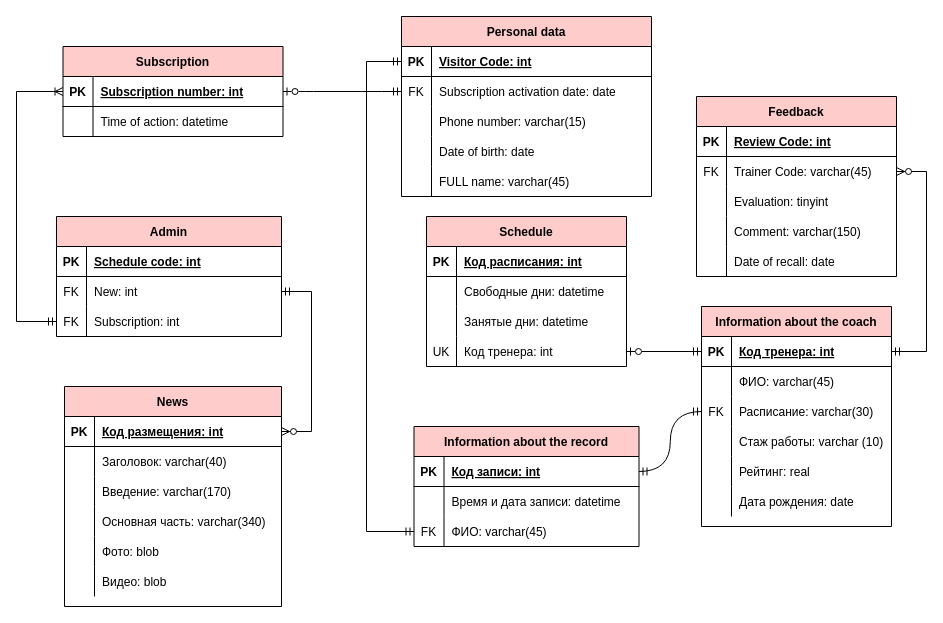
This is page "Page-2" (2 of 2) of Diagrams/ER3.drawio from yuliapyrikova/-, a draw.io file, before an edit. Source tidied: cells renumbered, new cells numbered last; positions are measured from the earlier drawing's top-left corner, leaving out a move shared by most shapes. Both pictures are drawn from the tidied source at 100%, with x=0, y=0 at pixel (16, 16).
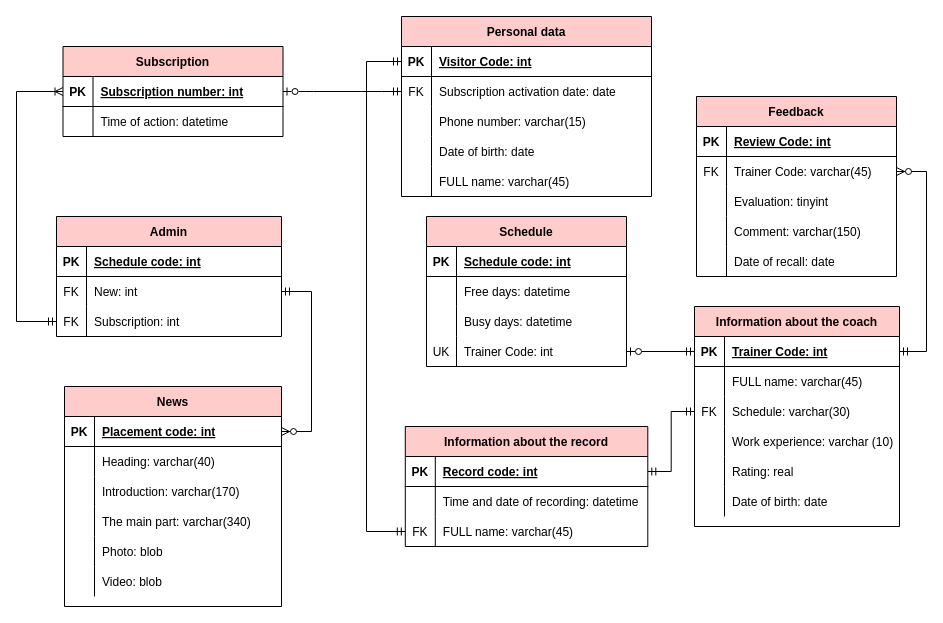
After the change.

Unchanged cells that the change refers to:
```xml
<mxCell id="19" style="shape=partialRectangle;fillColor=none;top=0;left=0;right=0;bottom=1;strokeColor=#000000;fontColor=#000000;" parent="18" vertex="1">
  <mxGeometry y="30" width="200" height="30" as="geometry" />
</mxCell>
<mxCell id="22" style="shape=partialRectangle;fillColor=none;top=0;left=0;right=0;bottom=0;strokeColor=#000000;fontColor=#000000;" parent="18" vertex="1">
  <mxGeometry y="60" width="200" height="30" as="geometry" />
</mxCell>
<mxCell id="25" style="shape=partialRectangle;fillColor=none;top=0;left=0;right=0;bottom=0;strokeColor=#000000;fontColor=#000000;" parent="18" vertex="1">
  <mxGeometry y="90" width="200" height="30" as="geometry" />
</mxCell>
<mxCell id="28" style="shape=partialRectangle;fillColor=none;top=0;left=0;bottom=0;right=0;points=[[0,0.5],[1,0.5]];portConstraint=eastwest;strokeColor=#000000;fontColor=#000000;" parent="18" vertex="1">
  <mxGeometry y="120" width="200" height="30" as="geometry" />
</mxCell>
<mxCell id="76" style="shape=partialRectangle;fillColor=none;top=0;left=0;bottom=1;right=0;points=[[0,0.5],[1,0.5]];portConstraint=eastwest;strokeColor=#000000;fontColor=#000000;" parent="75" vertex="1">
  <mxGeometry y="30" width="217" height="30" as="geometry" />
</mxCell>
<mxCell id="79" style="shape=partialRectangle;fillColor=none;top=0;left=0;bottom=0;right=0;strokeColor=#000000;fontColor=#000000;" parent="75" vertex="1">
  <mxGeometry y="60" width="217" height="30" as="geometry" />
</mxCell>
<mxCell id="82" style="shape=partialRectangle;fillColor=none;top=0;left=0;bottom=0;right=0;strokeColor=#000000;fontColor=#000000;" parent="75" vertex="1">
  <mxGeometry y="90" width="217" height="30" as="geometry" />
</mxCell>
<mxCell id="85" style="shape=partialRectangle;fillColor=none;top=0;left=0;bottom=0;right=0;" parent="75" vertex="1">
  <mxGeometry y="120" width="217" height="30" as="geometry" />
</mxCell>
<mxCell id="88" style="shape=partialRectangle;fillColor=none;top=0;left=0;bottom=0;right=0;strokeColor=#000000;fontColor=#000000;" parent="75" vertex="1">
  <mxGeometry y="150" width="217" height="30" as="geometry" />
</mxCell>
<mxCell id="91" style="shape=partialRectangle;fillColor=none;top=0;left=0;bottom=0;right=0;" parent="75" vertex="1">
  <mxGeometry y="180" width="217" height="30" as="geometry" />
</mxCell>
```

What changed in the source:
```diff
@@
-    <mxCell id="21" value="Код расписания: int" style="shape=partialRectangle;overflow=hidden;fillColor=none;top=0;left=0;bottom=0;right=0;align=left;spacingLeft=6;fontStyle=5;strokeColor=#000000;fontColor=#000000;" parent="19" vertex="1">
+    <mxCell id="21" value="Schedule code: int" style="shape=partialRectangle;overflow=hidden;fillColor=none;top=0;left=0;bottom=0;right=0;align=left;spacingLeft=6;fontStyle=5;strokeColor=#000000;fontColor=#000000;" parent="19" vertex="1">
       <mxGeometry x="30" width="170" height="30" as="geometry" />
     </mxCell>
@@
-    <mxCell id="24" value="Свободные дни: datetime" style="shape=partialRectangle;overflow=hidden;fillColor=none;top=0;left=0;bottom=0;right=0;align=left;spacingLeft=6;strokeColor=#000000;fontColor=#000000;" parent="22" vertex="1">
+    <mxCell id="24" value="Free days: datetime" style="shape=partialRectangle;overflow=hidden;fillColor=none;top=0;left=0;bottom=0;right=0;align=left;spacingLeft=6;strokeColor=#000000;fontColor=#000000;" parent="22" vertex="1">
       <mxGeometry x="30" width="170" height="30" as="geometry" />
     </mxCell>
@@
-    <mxCell id="27" value="Занятые дни: datetime" style="shape=partialRectangle;overflow=hidden;fillColor=none;top=0;left=0;bottom=0;right=0;align=left;spacingLeft=6;strokeColor=#000000;fontColor=#000000;" parent="25" vertex="1">
+    <mxCell id="27" value="Busy days: datetime" style="shape=partialRectangle;overflow=hidden;fillColor=none;top=0;left=0;bottom=0;right=0;align=left;spacingLeft=6;strokeColor=#000000;fontColor=#000000;" parent="25" vertex="1">
       <mxGeometry x="30" width="170" height="30" as="geometry" />
     </mxCell>
@@
-    <mxCell id="30" value="Код тренера: int" style="shape=partialRectangle;fillColor=none;top=0;left=0;bottom=0;right=0;align=left;spacingLeft=6;overflow=hidden;strokeColor=#000000;fontColor=#000000;" parent="28" vertex="1">
+    <mxCell id="30" value="Trainer Code: int" style="shape=partialRectangle;fillColor=none;top=0;left=0;bottom=0;right=0;align=left;spacingLeft=6;overflow=hidden;strokeColor=#000000;fontColor=#000000;" parent="28" vertex="1">
       <mxGeometry x="30" width="170" height="30" as="geometry" />
     </mxCell>
@@
     <mxCell id="39" value="Information about the coach" style="shape=table;startSize=30;childLayout=tableLayout;rowLines=0;fontStyle=1;align=center;fillColor=#FFCCCC;strokeColor=#000000;fontColor=#000000;" parent="1" vertex="1">
-      <mxGeometry x="685" y="290" width="190" height="220" as="geometry" />
+      <mxGeometry x="678" y="290" width="205" height="220" as="geometry" />
     </mxCell>
     <mxCell id="40" style="shape=partialRectangle;fillColor=none;top=0;left=0;bottom=1;right=0;points=[[0,0.5],[1,0.5]];portConstraint=eastwest;strokeColor=#000000;fontColor=#000000;" parent="39" vertex="1">
-      <mxGeometry y="30" width="190" height="30" as="geometry" />
+      <mxGeometry y="30" width="205" height="30" as="geometry" />
     </mxCell>
@@
-    <mxCell id="42" value="Код тренера: int" style="shape=partialRectangle;fillColor=none;top=0;left=0;bottom=0;right=0;align=left;spacingLeft=6;fontStyle=5;overflow=hidden;strokeColor=#000000;fontColor=#000000;" parent="40" vertex="1">
-      <mxGeometry x="30" width="160" height="30" as="geometry" />
+    <mxCell id="42" value="Trainer Code: int" style="shape=partialRectangle;fillColor=none;top=0;left=0;bottom=0;right=0;align=left;spacingLeft=6;fontStyle=5;overflow=hidden;strokeColor=#000000;fontColor=#000000;" parent="40" vertex="1">
+      <mxGeometry x="30" width="175" height="30" as="geometry" />
     </mxCell>
     <mxCell id="43" style="shape=partialRectangle;fillColor=none;top=0;left=0;bottom=0;right=0;strokeColor=#000000;fontColor=#000000;" parent="39" vertex="1">
-      <mxGeometry y="60" width="190" height="30" as="geometry" />
+      <mxGeometry y="60" width="205" height="30" as="geometry" />
     </mxCell>
@@
-    <mxCell id="45" value="ФИО: varchar(45)" style="shape=partialRectangle;fillColor=none;top=0;left=0;bottom=0;right=0;align=left;spacingLeft=6;overflow=hidden;strokeColor=#000000;fontColor=#000000;" parent="43" vertex="1">
-      <mxGeometry x="30" width="160" height="30" as="geometry" />
+    <mxCell id="45" value="FULL name: varchar(45)" style="shape=partialRectangle;fillColor=none;top=0;left=0;bottom=0;right=0;align=left;spacingLeft=6;overflow=hidden;strokeColor=#000000;fontColor=#000000;" parent="43" vertex="1">
+      <mxGeometry x="30" width="175" height="30" as="geometry" />
     </mxCell>
     <mxCell id="46" style="shape=partialRectangle;fillColor=none;top=0;left=0;bottom=0;right=0;points=[[0,0.5],[1,0.5]];portConstraint=eastwest;strokeColor=#000000;fontColor=#000000;" parent="39" vertex="1">
-      <mxGeometry y="90" width="190" height="30" as="geometry" />
+      <mxGeometry y="90" width="205" height="30" as="geometry" />
     </mxCell>
@@
-    <mxCell id="48" value="Расписание: varchar(30)" style="shape=partialRectangle;fillColor=none;top=0;left=0;bottom=0;right=0;align=left;spacingLeft=6;overflow=hidden;strokeColor=#000000;fontColor=#000000;" parent="46" vertex="1">
-      <mxGeometry x="30" width="160" height="30" as="geometry" />
+    <mxCell id="48" value="Schedule: varchar(30)" style="shape=partialRectangle;fillColor=none;top=0;left=0;bottom=0;right=0;align=left;spacingLeft=6;overflow=hidden;strokeColor=#000000;fontColor=#000000;" parent="46" vertex="1">
+      <mxGeometry x="30" width="175" height="30" as="geometry" />
     </mxCell>
     <mxCell id="49" style="shape=partialRectangle;fillColor=none;top=0;left=0;bottom=0;right=0;strokeColor=#000000;fontColor=#000000;" parent="39" vertex="1">
-      <mxGeometry y="120" width="190" height="30" as="geometry" />
+      <mxGeometry y="120" width="205" height="30" as="geometry" />
     </mxCell>
@@
-    <mxCell id="51" value="Стаж работы: varchar (10)" style="shape=partialRectangle;fillColor=none;top=0;left=0;bottom=0;right=0;align=left;spacingLeft=6;overflow=hidden;strokeColor=#000000;fontColor=#000000;" parent="49" vertex="1">
-      <mxGeometry x="30" width="160" height="30" as="geometry" />
+    <mxCell id="51" value="Work experience: varchar (10)" style="shape=partialRectangle;fillColor=none;top=0;left=0;bottom=0;right=0;align=left;spacingLeft=6;overflow=hidden;strokeColor=#000000;fontColor=#000000;" parent="49" vertex="1">
+      <mxGeometry x="30" width="175" height="30" as="geometry" />
     </mxCell>
     <mxCell id="52" style="shape=partialRectangle;fillColor=none;top=0;left=0;bottom=0;right=0;strokeColor=#000000;fontColor=#000000;" parent="39" vertex="1">
-      <mxGeometry y="150" width="190" height="30" as="geometry" />
+      <mxGeometry y="150" width="205" height="30" as="geometry" />
     </mxCell>
@@
-    <mxCell id="54" value="Рейтинг: real" style="shape=partialRectangle;fillColor=none;top=0;left=0;bottom=0;right=0;align=left;spacingLeft=6;overflow=hidden;strokeColor=#000000;fontColor=#000000;" parent="52" vertex="1">
-      <mxGeometry x="30" width="160" height="30" as="geometry" />
+    <mxCell id="54" value="Rating: real" style="shape=partialRectangle;fillColor=none;top=0;left=0;bottom=0;right=0;align=left;spacingLeft=6;overflow=hidden;strokeColor=#000000;fontColor=#000000;" parent="52" vertex="1">
+      <mxGeometry x="30" width="175" height="30" as="geometry" />
     </mxCell>
     <mxCell id="55" style="shape=partialRectangle;fillColor=none;top=0;left=0;bottom=0;right=0;strokeColor=#000000;fontColor=#000000;" parent="39" vertex="1">
-      <mxGeometry y="180" width="190" height="30" as="geometry" />
+      <mxGeometry y="180" width="205" height="30" as="geometry" />
     </mxCell>
@@
-    <mxCell id="57" value="Дата рождения: date" style="shape=partialRectangle;fillColor=none;top=0;left=0;bottom=0;right=0;align=left;spacingLeft=6;overflow=hidden;strokeColor=#000000;fontColor=#000000;" parent="55" vertex="1">
-      <mxGeometry x="30" width="160" height="30" as="geometry" />
+    <mxCell id="57" value="Date of birth: date" style="shape=partialRectangle;fillColor=none;top=0;left=0;bottom=0;right=0;align=left;spacingLeft=6;overflow=hidden;strokeColor=#000000;fontColor=#000000;" parent="55" vertex="1">
+      <mxGeometry x="30" width="175" height="30" as="geometry" />
     </mxCell>
@@
-    <mxCell id="78" value="Код размещения: int" style="shape=partialRectangle;fillColor=none;top=0;left=0;bottom=0;right=0;align=left;spacingLeft=6;fontStyle=5;overflow=hidden;strokeColor=#000000;fontColor=#000000;" parent="76" vertex="1">
+    <mxCell id="78" value="Placement code: int" style="shape=partialRectangle;fillColor=none;top=0;left=0;bottom=0;right=0;align=left;spacingLeft=6;fontStyle=5;overflow=hidden;strokeColor=#000000;fontColor=#000000;" parent="76" vertex="1">
       <mxGeometry x="30" width="187" height="30" as="geometry" />
     </mxCell>
@@
-    <mxCell id="81" value="Заголовок: varchar(40)" style="shape=partialRectangle;fillColor=none;top=0;left=0;bottom=0;right=0;align=left;spacingLeft=6;overflow=hidden;strokeColor=#000000;fontColor=#000000;" parent="79" vertex="1">
+    <mxCell id="81" value="Heading: varchar(40)" style="shape=partialRectangle;fillColor=none;top=0;left=0;bottom=0;right=0;align=left;spacingLeft=6;overflow=hidden;strokeColor=#000000;fontColor=#000000;" parent="79" vertex="1">
       <mxGeometry x="30" width="187" height="30" as="geometry" />
     </mxCell>
@@
-    <mxCell id="84" value="Введение: varchar(170)" style="shape=partialRectangle;fillColor=none;top=0;left=0;bottom=0;right=0;align=left;spacingLeft=6;overflow=hidden;strokeColor=#000000;fontColor=#000000;" parent="82" vertex="1">
+    <mxCell id="84" value="Introduction: varchar(170)" style="shape=partialRectangle;fillColor=none;top=0;left=0;bottom=0;right=0;align=left;spacingLeft=6;overflow=hidden;strokeColor=#000000;fontColor=#000000;" parent="82" vertex="1">
       <mxGeometry x="30" width="187" height="30" as="geometry" />
     </mxCell>
@@
-    <mxCell id="87" value="Основная часть: varchar(340)" style="shape=partialRectangle;fillColor=none;top=0;left=0;bottom=0;right=0;align=left;spacingLeft=6;overflow=hidden;" parent="85" vertex="1">
+    <mxCell id="87" value="The main part: varchar(340)" style="shape=partialRectangle;fillColor=none;top=0;left=0;bottom=0;right=0;align=left;spacingLeft=6;overflow=hidden;" parent="85" vertex="1">
       <mxGeometry x="30" width="187" height="30" as="geometry" />
     </mxCell>
@@
-    <mxCell id="90" value="Фото: blob" style="shape=partialRectangle;fillColor=none;top=0;left=0;bottom=0;right=0;align=left;spacingLeft=6;overflow=hidden;strokeColor=#000000;fontColor=#000000;" parent="88" vertex="1">
+    <mxCell id="90" value="Photo: blob" style="shape=partialRectangle;fillColor=none;top=0;left=0;bottom=0;right=0;align=left;spacingLeft=6;overflow=hidden;strokeColor=#000000;fontColor=#000000;" parent="88" vertex="1">
       <mxGeometry x="30" width="187" height="30" as="geometry" />
     </mxCell>
@@
-    <mxCell id="93" value="Видео: blob" style="shape=partialRectangle;fillColor=none;top=0;left=0;bottom=0;right=0;align=left;spacingLeft=6;overflow=hidden;" parent="91" vertex="1">
+    <mxCell id="93" value="Video: blob" style="shape=partialRectangle;fillColor=none;top=0;left=0;bottom=0;right=0;align=left;spacingLeft=6;overflow=hidden;" parent="91" vertex="1">
       <mxGeometry x="30" width="187" height="30" as="geometry" />
     </mxCell>
-    <mxCell id="94" style="edgeStyle=orthogonalEdgeStyle;fontSize=12;html=1;endArrow=ERmandOne;startArrow=ERmandOne;rounded=0;strokeColor=#000000;fontColor=#000000;fillColor=#f8cecc;exitX=0;exitY=0.5;exitDx=0;exitDy=0;entryX=1;entryY=0.5;entryDx=0;entryDy=0;elbow=vertical;curved=1;" parent="1" edge="1" source="46" target="96">
+    <mxCell id="94" style="edgeStyle=orthogonalEdgeStyle;fontSize=12;html=1;endArrow=ERmandOne;startArrow=ERmandOne;rounded=0;strokeColor=#000000;fontColor=#000000;fillColor=#f8cecc;exitX=0;exitY=0.5;exitDx=0;exitDy=0;entryX=1;entryY=0.5;entryDx=0;entryDy=0;elbow=vertical;" parent="1" edge="1" source="46" target="96">
       <mxGeometry relative="1" as="geometry" />
     </mxCell>
     <mxCell id="95" value="Information about the record" style="shape=table;startSize=30;childLayout=tableLayout;rowLines=0;fontStyle=1;align=center;fillColor=#FFCCCC;strokeColor=#000000;fontColor=#000000;" parent="1" vertex="1">
-      <mxGeometry x="397.5" y="410" width="225" height="120" as="geometry" />
+      <mxGeometry x="388.8" y="410" width="242.5" height="120" as="geometry" />
     </mxCell>
     <mxCell id="96" style="shape=partialRectangle;fillColor=none;points=[[0,0.5],[1,0.5]];portConstraint=eastwest;top=0;left=0;right=0;bottom=1;strokeColor=#000000;fontColor=#000000;" parent="95" vertex="1">
-      <mxGeometry y="30" width="225" height="30" as="geometry" />
+      <mxGeometry y="30" width="242.5" height="30" as="geometry" />
     </mxCell>
@@
-    <mxCell id="98" value="Код записи: int" style="shape=partialRectangle;overflow=hidden;fillColor=none;top=0;left=0;bottom=0;right=0;align=left;spacingLeft=6;fontStyle=5;strokeColor=#000000;fontColor=#000000;" parent="96" vertex="1">
-      <mxGeometry x="30" width="195" height="30" as="geometry" />
+    <mxCell id="98" value="Record code: int" style="shape=partialRectangle;overflow=hidden;fillColor=none;top=0;left=0;bottom=0;right=0;align=left;spacingLeft=6;fontStyle=5;strokeColor=#000000;fontColor=#000000;" parent="96" vertex="1">
+      <mxGeometry x="30" width="212.5" height="30" as="geometry" />
     </mxCell>
     <mxCell id="99" style="shape=partialRectangle;fillColor=none;top=0;left=0;bottom=0;right=0;strokeColor=#000000;fontColor=#000000;" parent="95" vertex="1">
-      <mxGeometry y="60" width="225" height="30" as="geometry" />
+      <mxGeometry y="60" width="242.5" height="30" as="geometry" />
     </mxCell>
@@
-    <mxCell id="101" value="Время и дата записи: datetime" style="shape=partialRectangle;fillColor=none;top=0;left=0;bottom=0;right=0;align=left;spacingLeft=6;overflow=hidden;strokeColor=#000000;fontColor=#000000;" parent="99" vertex="1">
-      <mxGeometry x="30" width="195" height="30" as="geometry" />
+    <mxCell id="101" value="Time and date of recording: datetime" style="shape=partialRectangle;fillColor=none;top=0;left=0;bottom=0;right=0;align=left;spacingLeft=6;overflow=hidden;strokeColor=#000000;fontColor=#000000;" parent="99" vertex="1">
+      <mxGeometry x="30" width="212.5" height="30" as="geometry" />
     </mxCell>
     <mxCell id="102" style="shape=partialRectangle;fillColor=none;top=0;left=0;bottom=0;right=0;points=[[0,0.5],[1,0.5]];portConstraint=eastwest;strokeColor=#000000;fontColor=#000000;" parent="95" vertex="1">
-      <mxGeometry y="90" width="225" height="30" as="geometry" />
+      <mxGeometry y="90" width="242.5" height="30" as="geometry" />
     </mxCell>
@@
-    <mxCell id="104" value="ФИО: varchar(45)" style="shape=partialRectangle;fillColor=none;top=0;left=0;bottom=0;right=0;align=left;spacingLeft=6;overflow=hidden;strokeColor=#000000;fontColor=#000000;" parent="102" vertex="1">
-      <mxGeometry x="30" width="195" height="30" as="geometry" />
+    <mxCell id="104" value="FULL name: varchar(45)" style="shape=partialRectangle;fillColor=none;top=0;left=0;bottom=0;right=0;align=left;spacingLeft=6;overflow=hidden;strokeColor=#000000;fontColor=#000000;" parent="102" vertex="1">
+      <mxGeometry x="30" width="212.5" height="30" as="geometry" />
     </mxCell>
```
